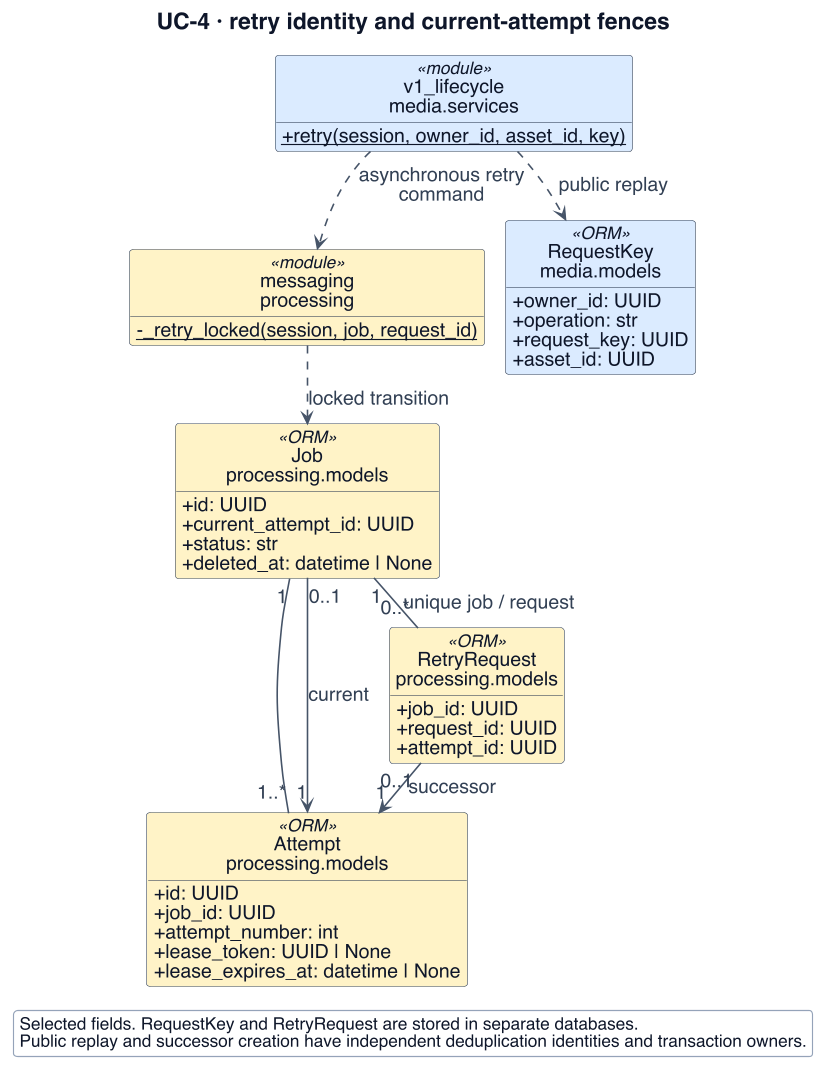
Before: project-documentation/final-report/figures/uc4-design-class.png, a diagram exported from PlantUML (Collaboration95/dc2). The source it was exported from:
```plantuml
@startuml
!include _style.iuml
skinparam dpi 110
skinparam defaultFontSize 18
skinparam ArrowFontSize 17
skinparam ClassAttributeFontSize 17
skinparam ClassStereotypeFontSize 15
skinparam NoteFontSize 16
skinparam LegendFontSize 15
skinparam titleFontSize 20
skinparam classAttributeIconSize 0
skinparam maxMessageSize 165
skinparam nodesep 18
skinparam ranksep 24
hide footbox
hide circle
title UC-4 · retry identity and current-attempt fences
top to bottom direction
class "Job\nprocessing.models" as J <<ORM>> $PROC {
 + id: UUID
 + current_attempt_id: UUID
 + status: str
 + deleted_at: datetime | None
}
class "Attempt\nprocessing.models" as A <<ORM>> $PROC {
 + id: UUID
 + job_id: UUID
 + attempt_number: int
 + lease_token: UUID | None
 + lease_expires_at: datetime | None
}
class "RetryRequest\nprocessing.models" as R <<ORM>> $PROC {
 + job_id: UUID
 + request_id: UUID
 + attempt_id: UUID
}
class "messaging\nprocessing" as M <<module>> $PROC {
 {static} - _retry_locked(session, job, request_id)
}
class "RequestKey\nmedia.models" as K <<ORM>> $MEDIA {
 + owner_id: UUID
 + operation: str
 + request_key: UUID
 + asset_id: UUID
}
class "v1_lifecycle\nmedia.services" as V <<module>> $MEDIA {
 {static} + retry(session, owner_id, asset_id, key)
}
V ..> K : public replay
V ..> M : asynchronous retry command
M ..> J : locked transition
J "1" -- "1..*" A
J "0..1" --> "1" A : current
J "1" -- "0..*" R : unique job / request
R "0..1" --> "1" A : successor
legend bottom
Selected fields. RequestKey and RetryRequest are stored in separate databases.
Public replay and successor creation have independent deduplication identities and transaction owners.
endlegend
@enduml
```
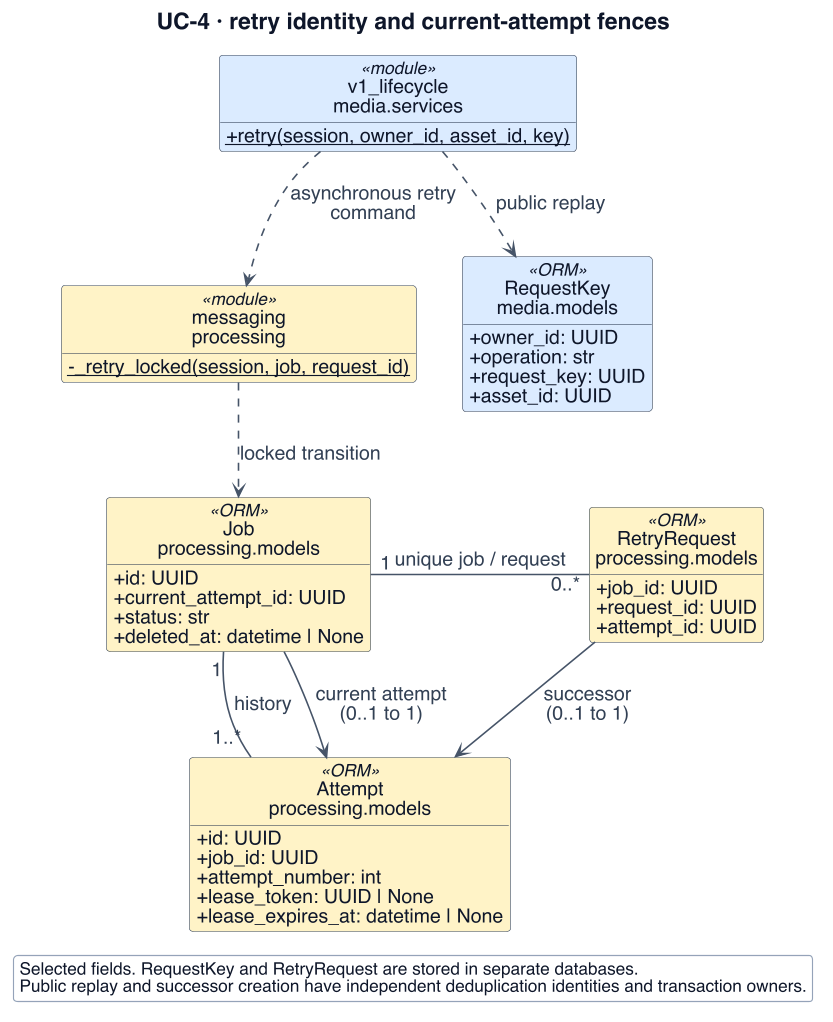
The same diagram one commit later.

What changed in the source:
```diff
@@ -10,8 +10,8 @@
 skinparam titleFontSize 20
 skinparam classAttributeIconSize 0
 skinparam maxMessageSize 165
-skinparam nodesep 18
-skinparam ranksep 24
+skinparam nodesep 40
+skinparam ranksep 56
 hide footbox
 hide circle
 title UC-4 · retry identity and current-attempt fences
@@ -49,10 +49,10 @@
 V ..> K : public replay
 V ..> M : asynchronous retry command
 M ..> J : locked transition
-J "1" -- "1..*" A
-J "0..1" --> "1" A : current
-J "1" -- "0..*" R : unique job / request
-R "0..1" --> "1" A : successor
+J "1" -down- "1..*" A : history
+J -down-> A : current attempt\n(0..1 to 1)
+J "1" -right- "0..*" R : unique job / request
+R -down-> A : successor\n(0..1 to 1)
 legend bottom
 Selected fields. RequestKey and RetryRequest are stored in separate databases.
 Public replay and successor creation have independent deduplication identities and transaction owners.
```
